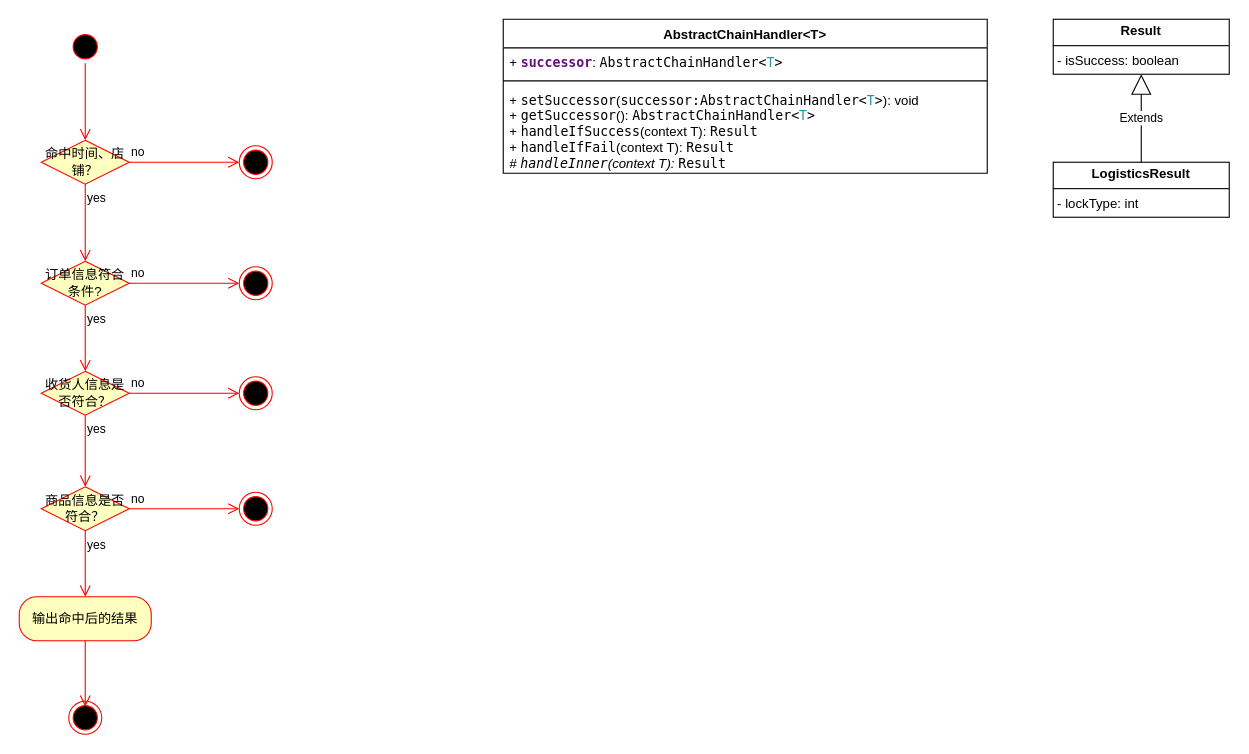
Before: chain.drawio in Holyangelmom/test, a draw.io diagram. Source tidied: cells renumbered, new cells numbered last; positions are measured from the earlier drawing's top-left corner, leaving out a move shared by most shapes. Both pictures are drawn from the tidied source at 110%, with x=0, y=0 at pixel (19, 19).
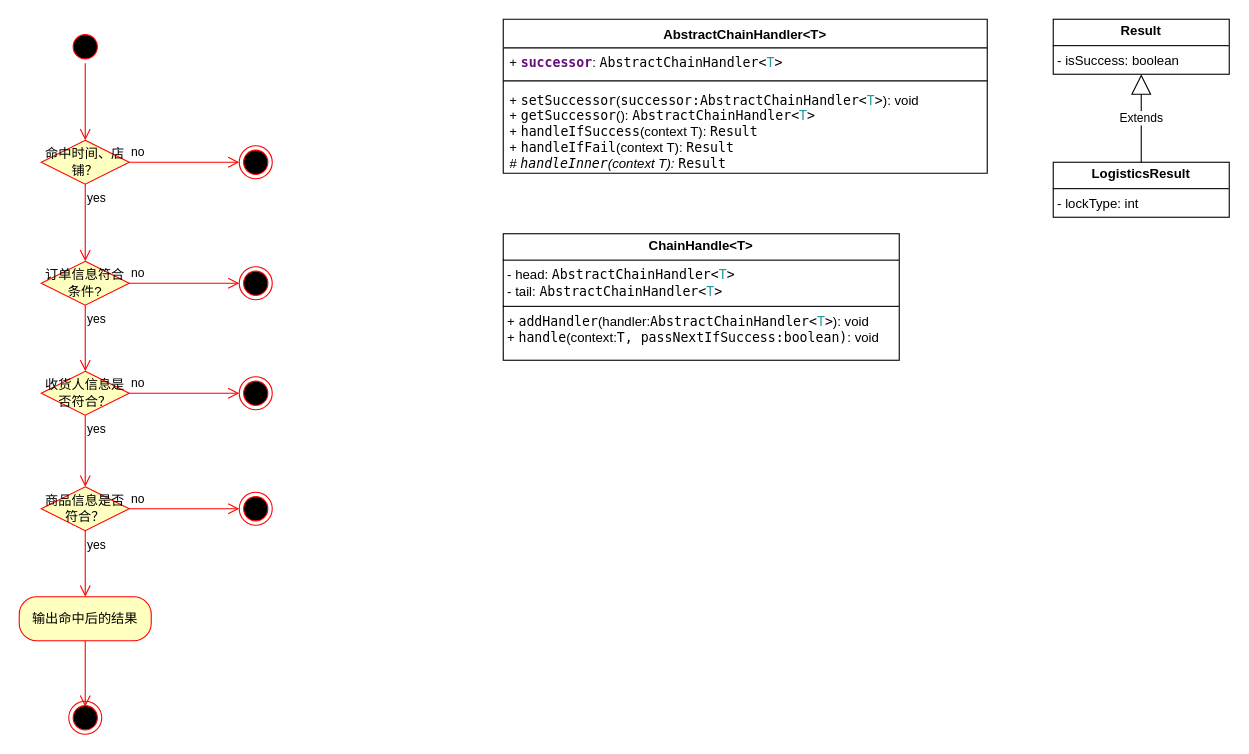
The same page after the edit.

What changed in the source:
```diff
@@
+    <mxCell id="30" value="&lt;p style=&quot;margin:0px;margin-top:4px;text-align:center;&quot;&gt;&lt;b&gt;ChainHandle&amp;lt;T&amp;gt;&lt;/b&gt;&lt;br&gt;&lt;/p&gt;&lt;hr size=&quot;1&quot; style=&quot;border-style:solid;&quot;&gt;&lt;p style=&quot;margin:0px;margin-left:4px;&quot;&gt;- head:&amp;nbsp;&lt;span style=&quot;background-color: rgb(255, 255, 255); font-family: Menlo; font-size: 9pt;&quot;&gt;AbstractChainHandler&amp;lt;&lt;/span&gt;&lt;span style=&quot;font-family: Menlo; font-size: 9pt; color: rgb(32, 153, 157);&quot;&gt;T&lt;/span&gt;&lt;span style=&quot;background-color: rgb(255, 255, 255); font-family: Menlo; font-size: 9pt;&quot;&gt;&amp;gt;&lt;/span&gt;&lt;/p&gt;&lt;p style=&quot;margin:0px;margin-left:4px;&quot;&gt;- tail:&amp;nbsp;&lt;span style=&quot;font-size: 9pt; background-color: rgb(255, 255, 255); font-family: Menlo;&quot;&gt;AbstractChainHandler&amp;lt;&lt;/span&gt;&lt;span style=&quot;font-size: 9pt; font-family: Menlo; color: rgb(32, 153, 157);&quot;&gt;T&lt;/span&gt;&lt;span style=&quot;font-size: 9pt; background-color: rgb(255, 255, 255); font-family: Menlo;&quot;&gt;&amp;gt;&lt;/span&gt;&lt;span style=&quot;background-color: rgb(255, 255, 255); font-family: Menlo; font-size: 9pt;&quot;&gt;&lt;br&gt;&lt;/span&gt;&lt;/p&gt;&lt;hr size=&quot;1&quot; style=&quot;border-style:solid;&quot;&gt;&lt;p style=&quot;margin:0px;margin-left:4px;&quot;&gt;+&amp;nbsp;&lt;span style=&quot;background-color: rgb(255, 255, 255); font-family: Menlo; font-size: 9pt;&quot;&gt;addHandler&lt;/span&gt;&lt;span style=&quot;background-color: initial;&quot;&gt;(handler:&lt;/span&gt;&lt;span style=&quot;background-color: rgb(255, 255, 255); font-family: Menlo; font-size: 9pt;&quot;&gt;AbstractChainHandler&amp;lt;&lt;/span&gt;&lt;span style=&quot;font-family: Menlo; font-size: 9pt; color: rgb(32, 153, 157);&quot;&gt;T&lt;/span&gt;&lt;span style=&quot;background-color: rgb(255, 255, 255); font-family: Menlo; font-size: 9pt;&quot;&gt;&amp;gt;&lt;/span&gt;&lt;span style=&quot;background-color: initial;&quot;&gt;): void&lt;/span&gt;&lt;/p&gt;&lt;p style=&quot;margin:0px;margin-left:4px;&quot;&gt;+&amp;nbsp;&lt;span style=&quot;background-color: rgb(255, 255, 255); font-family: Menlo; font-size: 9pt;&quot;&gt;handle&lt;/span&gt;&lt;span style=&quot;background-color: initial;&quot;&gt;(context:&lt;/span&gt;&lt;font face=&quot;Menlo&quot;&gt;&lt;span style=&quot;background-color: rgb(255, 255, 255);&quot;&gt;T,&amp;nbsp;&lt;/span&gt;&lt;/font&gt;&lt;span style=&quot;background-color: rgb(255, 255, 255); font-family: Menlo; font-size: 9pt;&quot;&gt;passNextIfSuccess:boolean&lt;/span&gt;&lt;font style=&quot;background-color: initial;&quot; face=&quot;Menlo&quot;&gt;&lt;span style=&quot;background-color: rgb(255, 255, 255);&quot;&gt;)&lt;/span&gt;&lt;/font&gt;&lt;span style=&quot;background-color: initial;&quot;&gt;: void&lt;/span&gt;&lt;/p&gt;" style="verticalAlign=top;align=left;overflow=fill;html=1;whiteSpace=wrap;" parent="1" vertex="1">
+      <mxGeometry x="440" y="195" width="360" height="115" as="geometry" />
+    </mxCell>
```
